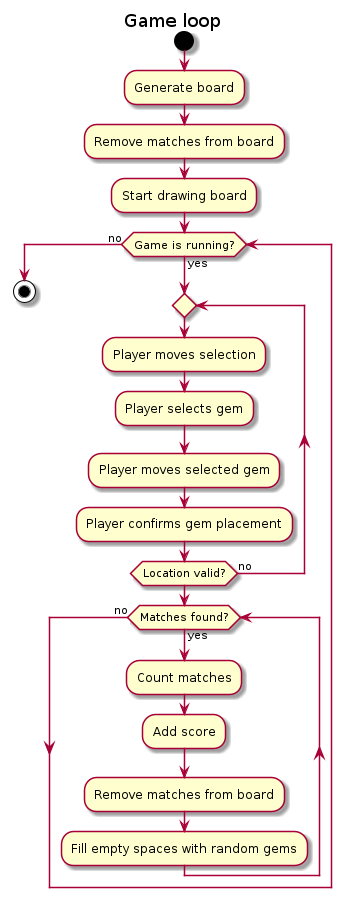
The PlantUML diagram doc/gameloop.png in sharkwouter/oceanpop, before a commit.
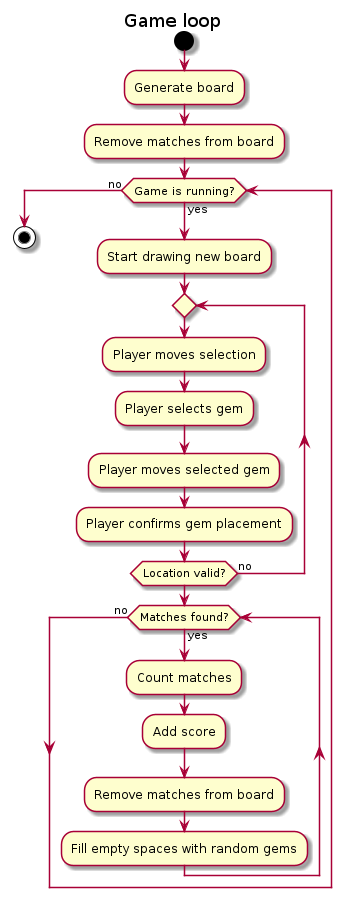
Later version of the same file.

Change to the diagram source:
```diff
@@ -5,9 +5,9 @@
 
 :Generate board;
 :Remove matches from board;
-:Start drawing board;
 
 while (Game is running?) is (yes)
+    :Start drawing new board;
     repeat
         :Player moves selection;
         :Player selects gem;
```
